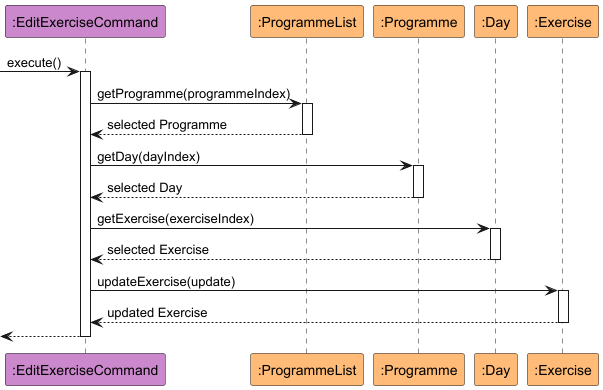
This is docs/images/editExerciseCommand.png from nus-cs2113-AY2425S1/tp, a PlantUML export, as it was before one commit.
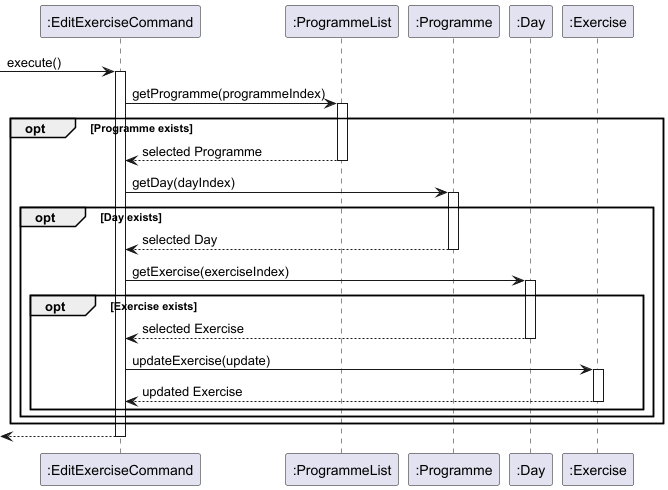
Later version of the same file.

What changed in the source:
```diff
@@ -1,35 +1,42 @@
 @startuml
-participant ":EditExerciseCommand" as AddExerciseCommand #cc88cc
-participant ":ProgrammeList" as ProgrammeList #ffbb77
-participant ":Programme" as Programme #ffbb77
-participant ":Day" as Day #ffbb77
-participant ":Exercise" as Exercise #ffbb77
+participant ":EditExerciseCommand" as EditExerciseCommand
+participant ":ProgrammeList" as ProgrammeList
+participant ":Programme" as Programme
+participant ":Day" as Day
+participant ":Exercise" as Exercise
 
+-> EditExerciseCommand : execute()
+activate EditExerciseCommand
 
+EditExerciseCommand -> ProgrammeList : getProgramme(programmeIndex)
+activate ProgrammeList
 
--> AddExerciseCommand : execute()
-activate AddExerciseCommand
+opt Programme exists
+    ProgrammeList --> EditExerciseCommand : selected Programme
+    deactivate ProgrammeList
 
-AddExerciseCommand -> ProgrammeList : getProgramme(programmeIndex)
-activate ProgrammeList
-ProgrammeList --> AddExerciseCommand : selected Programme
-deactivate ProgrammeList
+    EditExerciseCommand -> Programme : getDay(dayIndex)
+    activate Programme
 
-AddExerciseCommand -> Programme : getDay(dayIndex)
-activate Programme
-Programme --> AddExerciseCommand : selected Day
-deactivate Programme
+    opt Day exists
+        Programme --> EditExerciseCommand : selected Day
+        deactivate Programme
 
-AddExerciseCommand -> Day: getExercise(exerciseIndex)
-activate Day
-Day --> AddExerciseCommand: selected Exercise
-deactivate Day
+        EditExerciseCommand -> Day: getExercise(exerciseIndex)
+        activate Day
 
-AddExerciseCommand -> Exercise: updateExercise(update)
-activate Exercise
-AddExerciseCommand <-- Exercise: updated Exercise
-deactivate Exercise
+        opt Exercise exists
+            Day --> EditExerciseCommand: selected Exercise
+            deactivate Day
 
-<-- AddExerciseCommand
-deactivate AddExerciseCommand
+            EditExerciseCommand -> Exercise: updateExercise(update)
+            activate Exercise
+            Exercise --> EditExerciseCommand: updated Exercise
+            deactivate Exercise
+        end
+    end
+end
+
+<-- EditExerciseCommand
+deactivate EditExerciseCommand
 @enduml
```
